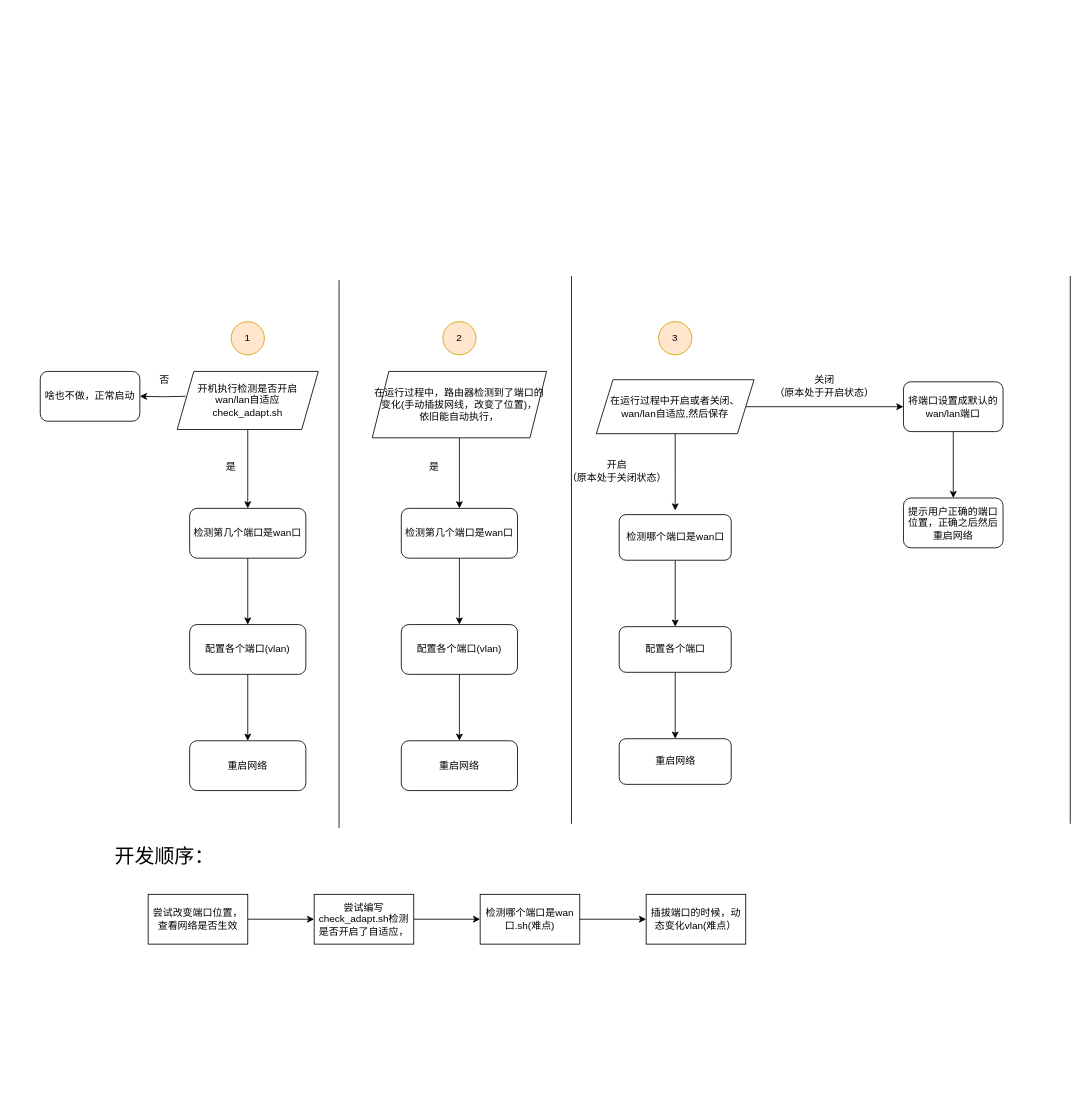
This is wan/lan_auto_seletct.drawio from EasternCabbage/draw.io, a draw.io file, before an edit. Source tidied: cells renumbered, new cells numbered last; positions are measured from the earlier drawing's top-left corner, leaving out a move shared by most shapes. Both pictures are drawn from the tidied source at 83%, with x=0, y=0 at pixel (40, 276).
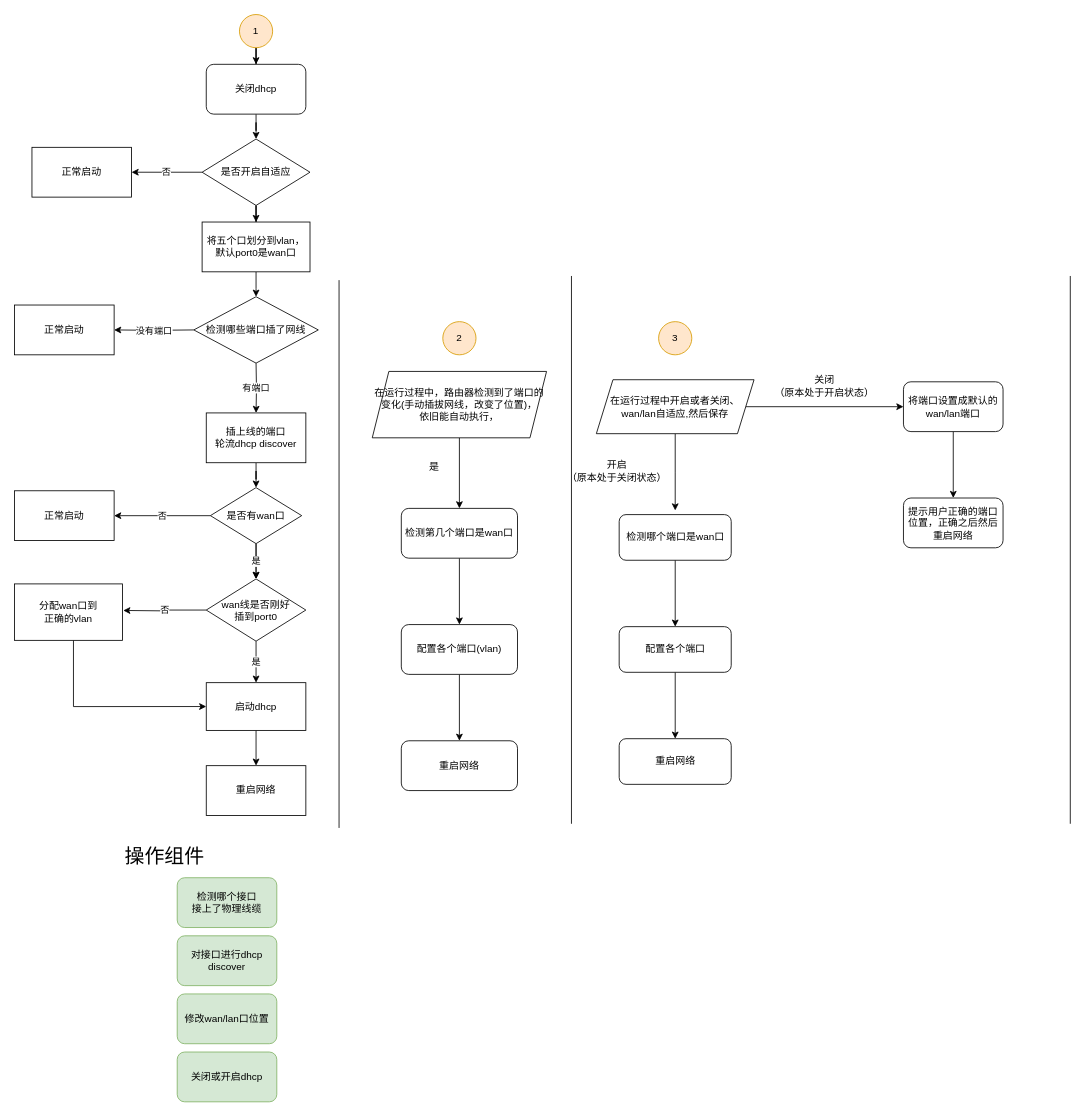
The same diagram, later.

The edit, as a diff of the source:
```diff
@@
-    <mxCell id="2" style="edgeStyle=orthogonalEdgeStyle;rounded=0;jettySize=auto;html=1;exitX=0.5;exitY=1;exitDx=0;exitDy=0;" parent="1" edge="1" source="11" target="4">
-      <mxGeometry relative="1" as="geometry" />
-    </mxCell>
-    <mxCell id="3" style="edgeStyle=orthogonalEdgeStyle;rounded=0;jettySize=auto;html=1;" parent="1" edge="1" source="4" target="6">
-      <mxGeometry relative="1" as="geometry" />
-    </mxCell>
-    <mxCell id="4" value="检测第几个端口是wan口" style="rounded=1;whiteSpace=wrap;html=1;" parent="1" vertex="1">
-      <mxGeometry x="180" y="280" width="140" height="60" as="geometry" />
-    </mxCell>
-    <mxCell id="5" style="edgeStyle=orthogonalEdgeStyle;rounded=0;jettySize=auto;html=1;" parent="1" edge="1" source="6" target="12">
-      <mxGeometry relative="1" as="geometry" />
-    </mxCell>
-    <mxCell id="6" value="配置各个端口(vlan)" style="rounded=1;whiteSpace=wrap;html=1;" parent="1" vertex="1">
-      <mxGeometry x="180" y="420" width="140" height="60" as="geometry" />
-    </mxCell>
-    <mxCell id="7" style="edgeStyle=orthogonalEdgeStyle;rounded=0;jettySize=auto;html=1;entryX=1;entryY=0.5;entryDx=0;entryDy=0;" parent="1" edge="1" target="9">
-      <mxGeometry relative="1" as="geometry">
-        <mxPoint x="175" y="145" as="sourcePoint" />
-      </mxGeometry>
-    </mxCell>
-    <mxCell id="8" value="是" style="text;html=1;strokeColor=none;fillColor=none;align=center;verticalAlign=middle;whiteSpace=wrap;rounded=0;rotation=0;" parent="1" vertex="1">
-      <mxGeometry x="210" y="220" width="40" height="20" as="geometry" />
-    </mxCell>
-    <mxCell id="9" value="啥也不做，正常启动" style="rounded=1;whiteSpace=wrap;html=1;" parent="1" vertex="1">
-      <mxGeometry y="115" width="120" height="60" as="geometry" />
-    </mxCell>
-    <mxCell id="10" value="否" style="text;html=1;strokeColor=none;fillColor=none;align=center;verticalAlign=middle;whiteSpace=wrap;rounded=0;" parent="1" vertex="1">
-      <mxGeometry x="130" y="115" width="40" height="20" as="geometry" />
-    </mxCell>
-    <mxCell id="11" value="&lt;span&gt;开机执行检测是否开启&lt;br&gt;wan/lan自适应&lt;br&gt;check_adapt.sh&lt;br&gt;&lt;/span&gt;" style="shape=parallelogram;perimeter=parallelogramPerimeter;whiteSpace=wrap;html=1;fixedSize=1;" parent="1" vertex="1">
-      <mxGeometry x="165" y="115" width="170" height="70" as="geometry" />
-    </mxCell>
-    <mxCell id="12" value="重启网络" style="rounded=1;whiteSpace=wrap;html=1;" parent="1" vertex="1">
-      <mxGeometry x="180" y="560" width="140" height="60" as="geometry" />
-    </mxCell>
@@
-    <mxCell id="34" style="edgeStyle=orthogonalEdgeStyle;rounded=0;jettySize=auto;html=1;" parent="1" edge="1" source="35" target="37">
-      <mxGeometry relative="1" as="geometry" />
-    </mxCell>
-    <mxCell id="35" value="尝试改变端口位置，查看网络是否生效" style="rounded=0;whiteSpace=wrap;html=1;" parent="1" vertex="1">
-      <mxGeometry x="130" y="745" width="120" height="60" as="geometry" />
-    </mxCell>
-    <mxCell id="36" style="edgeStyle=orthogonalEdgeStyle;rounded=0;jettySize=auto;html=1;" parent="1" edge="1" source="37" target="39">
-      <mxGeometry relative="1" as="geometry" />
-    </mxCell>
-    <mxCell id="37" value="尝试编写check_adapt.sh检测是否开启了自适应，" style="rounded=0;whiteSpace=wrap;html=1;" parent="1" vertex="1">
-      <mxGeometry x="330" y="745" width="120" height="60" as="geometry" />
-    </mxCell>
-    <mxCell id="38" style="edgeStyle=orthogonalEdgeStyle;rounded=0;jettySize=auto;html=1;fontSize=24;" parent="1" edge="1" source="39" target="47">
-      <mxGeometry relative="1" as="geometry" />
-    </mxCell>
-    <mxCell id="39" value="检测哪个端口是wan口.sh(难点)" style="rounded=0;whiteSpace=wrap;html=1;" parent="1" vertex="1">
-      <mxGeometry x="530" y="745" width="120" height="60" as="geometry" />
-    </mxCell>
+    <mxCell id="48" style="edgeStyle=orthogonalEdgeStyle;rounded=0;jettySize=auto;html=1;" parent="1" edge="1" source="40" target="54">
+      <mxGeometry relative="1" as="geometry" />
+    </mxCell>
     <mxCell id="40" value="1" style="ellipse;whiteSpace=wrap;html=1;fillColor=#ffe6cc;strokeColor=#d79b00;" parent="1" vertex="1">
-      <mxGeometry x="230" y="55" width="40" height="40" as="geometry" />
+      <mxGeometry x="240" y="-315" width="40" height="40" as="geometry" />
     </mxCell>
@@
-    <mxCell id="46" value="开发顺序：" style="text;html=1;strokeColor=none;fillColor=none;align=center;verticalAlign=middle;whiteSpace=wrap;rounded=0;strokeWidth=1;fontSize=24;" parent="1" vertex="1">
+    <mxCell id="46" value="操作组件" style="text;html=1;strokeColor=none;fillColor=none;align=center;verticalAlign=middle;whiteSpace=wrap;rounded=0;strokeWidth=1;fontSize=24;" parent="1" vertex="1">
       <mxGeometry x="10" y="675" width="280" height="50" as="geometry" />
     </mxCell>
-    <mxCell id="47" value="插拔端口的时候，动态变化vlan(难点）" style="rounded=0;whiteSpace=wrap;html=1;" parent="1" vertex="1">
-      <mxGeometry x="730" y="745" width="120" height="60" as="geometry" />
-    </mxCell>
+    <mxCell id="49" value="检测哪个接口&lt;br&gt;接上了物理线缆" style="rounded=1;whiteSpace=wrap;html=1;fillColor=#d5e8d4;strokeColor=#82b366;" parent="1" vertex="1">
+      <mxGeometry x="165" y="725" width="120" height="60" as="geometry" />
+    </mxCell>
+    <mxCell id="50" value="对接口进行dhcp discover" style="rounded=1;whiteSpace=wrap;html=1;fillColor=#d5e8d4;strokeColor=#82b366;" parent="1" vertex="1">
+      <mxGeometry x="165" y="795" width="120" height="60" as="geometry" />
+    </mxCell>
+    <mxCell id="51" value="修改wan/lan口位置" style="whiteSpace=wrap;html=1;rounded=1;fillColor=#d5e8d4;strokeColor=#82b366;" parent="1" vertex="1">
+      <mxGeometry x="165" y="865" width="120" height="60" as="geometry" />
+    </mxCell>
+    <mxCell id="52" value="关闭或开启dhcp" style="rounded=1;whiteSpace=wrap;html=1;fillColor=#d5e8d4;strokeColor=#82b366;" parent="1" vertex="1">
+      <mxGeometry x="165" y="935" width="120" height="60" as="geometry" />
+    </mxCell>
+    <mxCell id="53" style="edgeStyle=orthogonalEdgeStyle;rounded=0;jettySize=auto;html=1;" parent="1" edge="1" source="54" target="57">
+      <mxGeometry relative="1" as="geometry" />
+    </mxCell>
+    <mxCell id="54" value="关闭dhcp" style="rounded=1;whiteSpace=wrap;html=1;" parent="1" vertex="1">
+      <mxGeometry x="200" y="-255" width="120" height="60" as="geometry" />
+    </mxCell>
+    <mxCell id="55" value="否" style="edgeStyle=orthogonalEdgeStyle;rounded=0;jettySize=auto;html=1;" parent="1" edge="1" source="57" target="58">
+      <mxGeometry relative="1" as="geometry" />
+    </mxCell>
+    <mxCell id="56" style="edgeStyle=orthogonalEdgeStyle;rounded=0;jettySize=auto;html=1;" parent="1" edge="1" source="57" target="60">
+      <mxGeometry relative="1" as="geometry" />
+    </mxCell>
+    <mxCell id="57" value="是否开启自适应" style="rhombus;whiteSpace=wrap;html=1;" parent="1" vertex="1">
+      <mxGeometry x="195" y="-165" width="130" height="80" as="geometry" />
+    </mxCell>
+    <mxCell id="58" value="正常启动" style="whiteSpace=wrap;html=1;" parent="1" vertex="1">
+      <mxGeometry x="-10" y="-155" width="120" height="60" as="geometry" />
+    </mxCell>
+    <mxCell id="59" style="edgeStyle=orthogonalEdgeStyle;rounded=0;jettySize=auto;html=1;" parent="1" edge="1" source="60">
+      <mxGeometry relative="1" as="geometry">
+        <mxPoint x="260" y="25" as="targetPoint" />
+      </mxGeometry>
+    </mxCell>
+    <mxCell id="60" value="将五个口划分到vlan，默认port0是wan口" style="whiteSpace=wrap;html=1;" parent="1" vertex="1">
+      <mxGeometry x="195" y="-65" width="130" height="60" as="geometry" />
+    </mxCell>
+    <mxCell id="61" value="没有端口" style="edgeStyle=orthogonalEdgeStyle;rounded=0;jettySize=auto;html=1;" parent="1" edge="1" target="64">
+      <mxGeometry relative="1" as="geometry">
+        <mxPoint x="185" y="65" as="sourcePoint" />
+      </mxGeometry>
+    </mxCell>
+    <mxCell id="62" value="有端口" style="edgeStyle=orthogonalEdgeStyle;rounded=0;jettySize=auto;html=1;" parent="1" edge="1" target="66">
+      <mxGeometry relative="1" as="geometry">
+        <mxPoint x="260" y="105" as="sourcePoint" />
+      </mxGeometry>
+    </mxCell>
+    <mxCell id="63" value="检测哪些端口插了网线" style="rhombus;whiteSpace=wrap;html=1;" parent="1" vertex="1">
+      <mxGeometry x="185" y="25" width="150" height="80" as="geometry" />
+    </mxCell>
+    <mxCell id="64" value="正常启动" style="whiteSpace=wrap;html=1;" parent="1" vertex="1">
+      <mxGeometry x="-31" y="35" width="120" height="60" as="geometry" />
+    </mxCell>
+    <mxCell id="65" style="edgeStyle=orthogonalEdgeStyle;rounded=0;jettySize=auto;html=1;" parent="1" edge="1" source="66" target="77">
+      <mxGeometry relative="1" as="geometry" />
+    </mxCell>
+    <mxCell id="66" value="插上线的端口&lt;br&gt;轮流dhcp discover" style="rounded=0;whiteSpace=wrap;html=1;" parent="1" vertex="1">
+      <mxGeometry x="200" y="165" width="120" height="60" as="geometry" />
+    </mxCell>
+    <mxCell id="67" value="是" style="edgeStyle=orthogonalEdgeStyle;rounded=0;jettySize=auto;html=1;" parent="1" edge="1" source="69" target="71">
+      <mxGeometry relative="1" as="geometry" />
+    </mxCell>
+    <mxCell id="68" value="否" style="edgeStyle=orthogonalEdgeStyle;rounded=0;jettySize=auto;html=1;" parent="1" edge="1" source="69">
+      <mxGeometry relative="1" as="geometry">
+        <mxPoint x="100" y="403" as="targetPoint" />
+      </mxGeometry>
+    </mxCell>
+    <mxCell id="69" value="wan线是否刚好&lt;br&gt;插到port0" style="rhombus;whiteSpace=wrap;html=1;rounded=0;" parent="1" vertex="1">
+      <mxGeometry x="200" y="365" width="120" height="75" as="geometry" />
+    </mxCell>
+    <mxCell id="70" style="edgeStyle=orthogonalEdgeStyle;rounded=0;jettySize=auto;html=1;" parent="1" edge="1" source="71" target="12">
+      <mxGeometry relative="1" as="geometry" />
+    </mxCell>
+    <mxCell id="71" value="启动dhcp" style="whiteSpace=wrap;html=1;rounded=0;" parent="1" vertex="1">
+      <mxGeometry x="200" y="490" width="120" height="57.5" as="geometry" />
+    </mxCell>
+    <mxCell id="12" value="重启网络" style="whiteSpace=wrap;html=1;rounded=0;" parent="1" vertex="1">
+      <mxGeometry x="200" y="590" width="120" height="60" as="geometry" />
+    </mxCell>
+    <mxCell id="72" style="edgeStyle=orthogonalEdgeStyle;rounded=0;jettySize=auto;html=1;entryX=0;entryY=0.5;entryDx=0;entryDy=0;" parent="1" edge="1" source="73" target="71">
+      <mxGeometry relative="1" as="geometry">
+        <Array as="points">
+          <mxPoint x="40" y="519" />
+        </Array>
+      </mxGeometry>
+    </mxCell>
+    <mxCell id="73" value="分配wan口到&lt;br&gt;正确的vlan" style="rounded=0;whiteSpace=wrap;html=1;" parent="1" vertex="1">
+      <mxGeometry x="-31" y="371" width="130" height="68" as="geometry" />
+    </mxCell>
+    <mxCell id="74" style="edgeStyle=orthogonalEdgeStyle;rounded=0;jettySize=auto;html=1;" parent="1" edge="1" source="77" target="69">
+      <mxGeometry relative="1" as="geometry" />
+    </mxCell>
+    <mxCell id="75" value="是" style="edgeStyle=orthogonalEdgeStyle;rounded=0;jettySize=auto;html=1;" parent="1" edge="1" source="77" target="69">
+      <mxGeometry relative="1" as="geometry" />
+    </mxCell>
+    <mxCell id="76" value="否" style="edgeStyle=orthogonalEdgeStyle;rounded=0;jettySize=auto;html=1;" parent="1" edge="1" source="77" target="78">
+      <mxGeometry relative="1" as="geometry" />
+    </mxCell>
+    <mxCell id="77" value="是否有wan口" style="rhombus;whiteSpace=wrap;html=1;" parent="1" vertex="1">
+      <mxGeometry x="205" y="255" width="110" height="67.5" as="geometry" />
+    </mxCell>
+    <mxCell id="78" value="正常启动" style="whiteSpace=wrap;html=1;" parent="1" vertex="1">
+      <mxGeometry x="-31" y="258.8" width="120" height="60" as="geometry" />
+    </mxCell>
```
